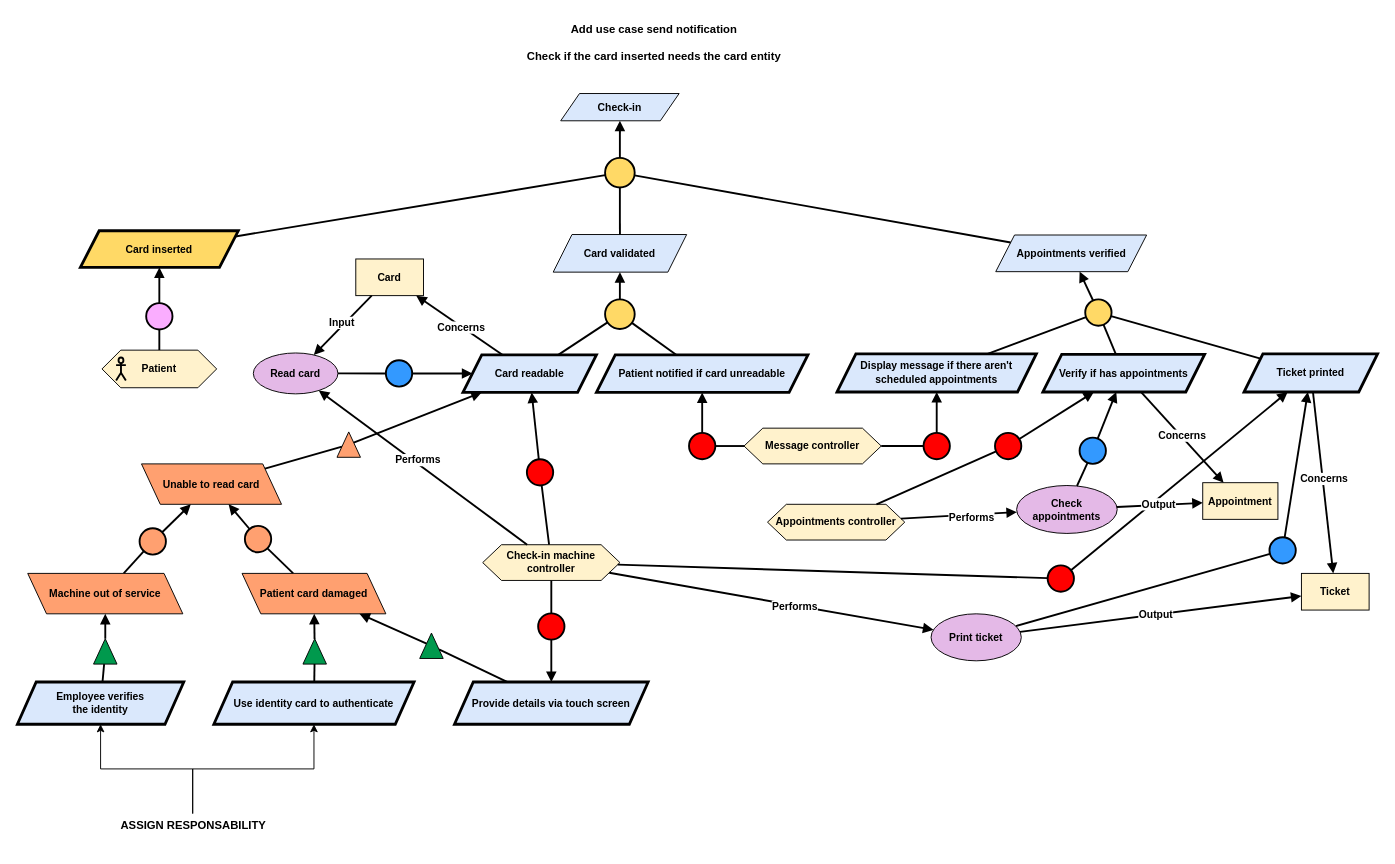
Earlier version of the draw.io diagram Kaos/KAOS 5.drawio (RafaelCMira/myclinic-msp-project). Source tidied: cells renumbered, new cells numbered last; positions are measured from the earlier drawing's top-left corner, leaving out a move shared by most shapes. Both pictures are drawn from the tidied source at 94%, with x=0, y=0 at pixel (17, 16).
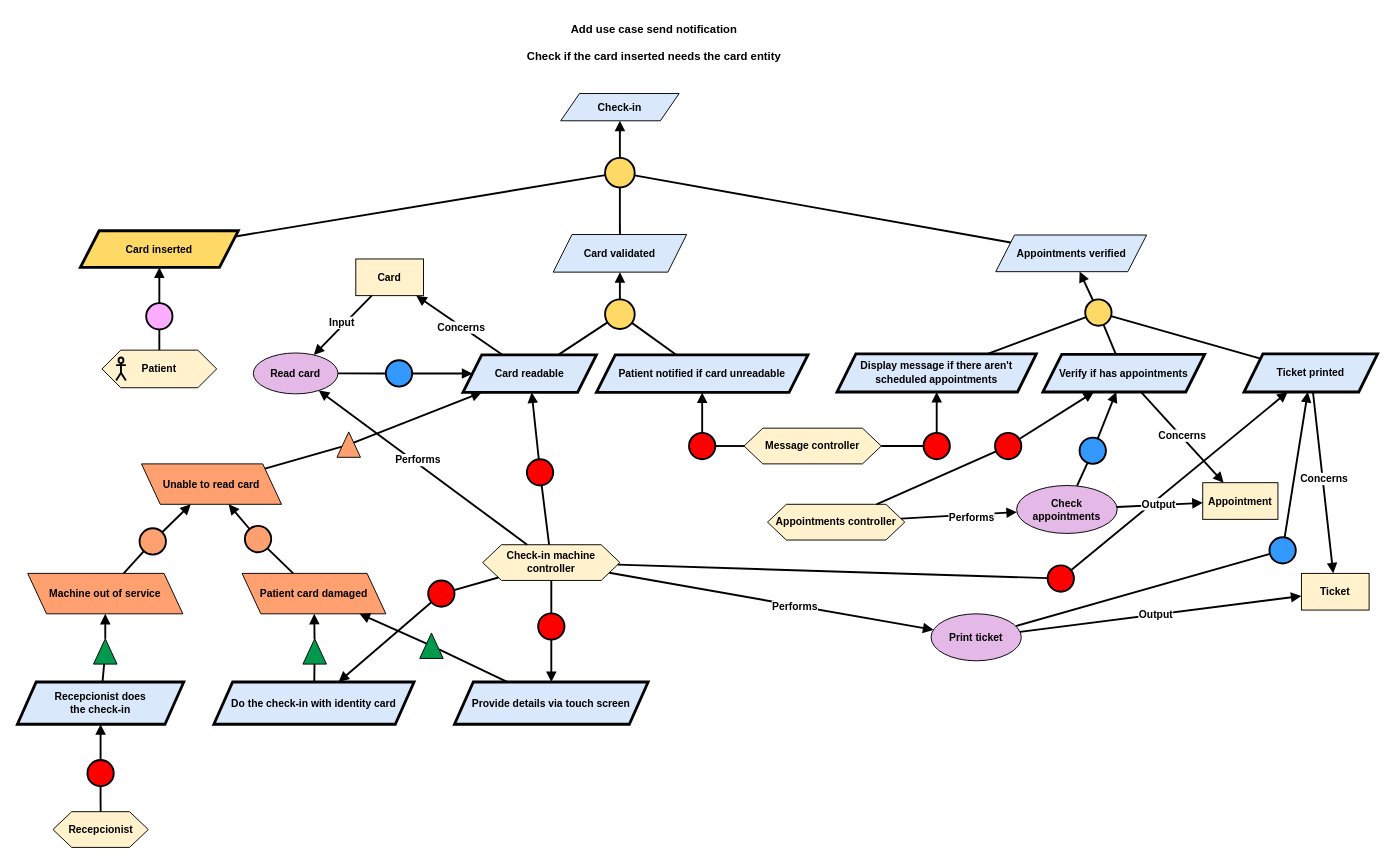
The same diagram, later.

Unchanged cells that the change refers to:
```xml
<mxCell id="11" value="&lt;div&gt;&lt;b&gt;Check-in machine controller&lt;/b&gt;&lt;/div&gt;" style="shape=hexagon;perimeter=hexagonPerimeter2;whiteSpace=wrap;html=1;fixedSize=1;fillColor=#FFF2CC;fontFamily=Helvetica;fontSize=11;fontColor=default;labelBackgroundColor=none;" parent="1" vertex="1">
  <mxGeometry x="495" y="562" width="146" height="38" as="geometry" />
</mxCell>
```

The edit, as a diff of the source:
```diff
@@
-    <mxCell id="84" value="&lt;b&gt;Employee verifies &lt;br&gt;the identity&lt;br&gt;&lt;/b&gt;" style="shape=parallelogram;perimeter=parallelogramPerimeter;whiteSpace=wrap;html=1;fixedSize=1;fillColor=#dae8fc;strokeColor=#000000;strokeWidth=3;fontFamily=Helvetica;fontSize=11;fontColor=default;labelBackgroundColor=none;" parent="1" vertex="1">
+    <mxCell id="84" value="&lt;b&gt;Recepcionist does&lt;br&gt;the check-in&lt;br&gt;&lt;/b&gt;" style="shape=parallelogram;perimeter=parallelogramPerimeter;whiteSpace=wrap;html=1;fixedSize=1;fillColor=#dae8fc;strokeColor=#000000;strokeWidth=3;fontFamily=Helvetica;fontSize=11;fontColor=default;labelBackgroundColor=none;" parent="1" vertex="1">
       <mxGeometry y="708" width="177" height="45" as="geometry" />
     </mxCell>
-    <mxCell id="85" value="&lt;b&gt;Use identity card to authenticate&lt;/b&gt;" style="shape=parallelogram;perimeter=parallelogramPerimeter;whiteSpace=wrap;html=1;fixedSize=1;fillColor=#dae8fc;strokeColor=#000000;strokeWidth=3;fontFamily=Helvetica;fontSize=11;fontColor=default;labelBackgroundColor=none;" parent="1" vertex="1">
+    <mxCell id="85" value="&lt;b&gt;Do the check-in with identity card&lt;/b&gt;" style="shape=parallelogram;perimeter=parallelogramPerimeter;whiteSpace=wrap;html=1;fixedSize=1;fillColor=#dae8fc;strokeColor=#000000;strokeWidth=3;fontFamily=Helvetica;fontSize=11;fontColor=default;labelBackgroundColor=none;" parent="1" vertex="1">
       <mxGeometry x="209" y="708" width="213" height="45" as="geometry" />
     </mxCell>
@@
-    <mxCell id="110" style="edgeStyle=orthogonalEdgeStyle;rounded=0;jettySize=auto;html=1;" parent="1" edge="1" source="112" target="84">
-      <mxGeometry relative="1" as="geometry" />
-    </mxCell>
-    <mxCell id="111" style="edgeStyle=orthogonalEdgeStyle;rounded=0;jettySize=auto;html=1;" parent="1" edge="1" source="112" target="85">
-      <mxGeometry relative="1" as="geometry" />
-    </mxCell>
-    <mxCell id="112" value="&lt;b&gt;ASSIGN RESPONSABILITY&lt;/b&gt;" style="text;html=1;align=center;verticalAlign=middle;points=[];strokeColor=none;fillColor=none;" parent="1" vertex="1">
-      <mxGeometry x="100" y="848" width="173" height="26" as="geometry" />
-    </mxCell>
+    <mxCell id="113" value="&lt;div&gt;&lt;b&gt;Recepcionist&lt;/b&gt;&lt;/div&gt;" style="shape=hexagon;perimeter=hexagonPerimeter2;whiteSpace=wrap;html=1;fixedSize=1;fillColor=#FFF2CC;fontFamily=Helvetica;fontSize=11;fontColor=default;labelBackgroundColor=none;" parent="1" vertex="1">
+      <mxGeometry x="37.8" y="846" width="101.5" height="38" as="geometry" />
+    </mxCell>
+    <mxCell id="114" style="ellipse;whiteSpace=wrap;html=1;fillColor=#FF0000;strokeWidth=2;" parent="1" vertex="1">
+      <mxGeometry x="74.5" y="791" width="28" height="28" as="geometry" />
+    </mxCell>
+    <mxCell id="115" style="endArrow=none;html=1;rounded=0;strokeWidth=2;" parent="1" edge="1" source="113" target="114">
+      <mxGeometry relative="1" as="geometry" />
+    </mxCell>
+    <mxCell id="116" style="endArrow=block;html=1;rounded=0;endFill=1;strokeWidth=2;" parent="1" edge="1" source="114" target="84">
+      <mxGeometry relative="1" as="geometry" />
+    </mxCell>
+    <mxCell id="117" style="ellipse;whiteSpace=wrap;html=1;fillColor=#FF0000;strokeWidth=2;" parent="1" vertex="1">
+      <mxGeometry x="437" y="600" width="28" height="28" as="geometry" />
+    </mxCell>
+    <mxCell id="118" style="endArrow=none;html=1;rounded=0;strokeWidth=2;" parent="1" edge="1" source="11" target="117">
+      <mxGeometry relative="1" as="geometry" />
+    </mxCell>
+    <mxCell id="119" style="endArrow=block;html=1;rounded=0;endFill=1;strokeWidth=2;" parent="1" edge="1" source="117" target="85">
+      <mxGeometry relative="1" as="geometry" />
+    </mxCell>
```
